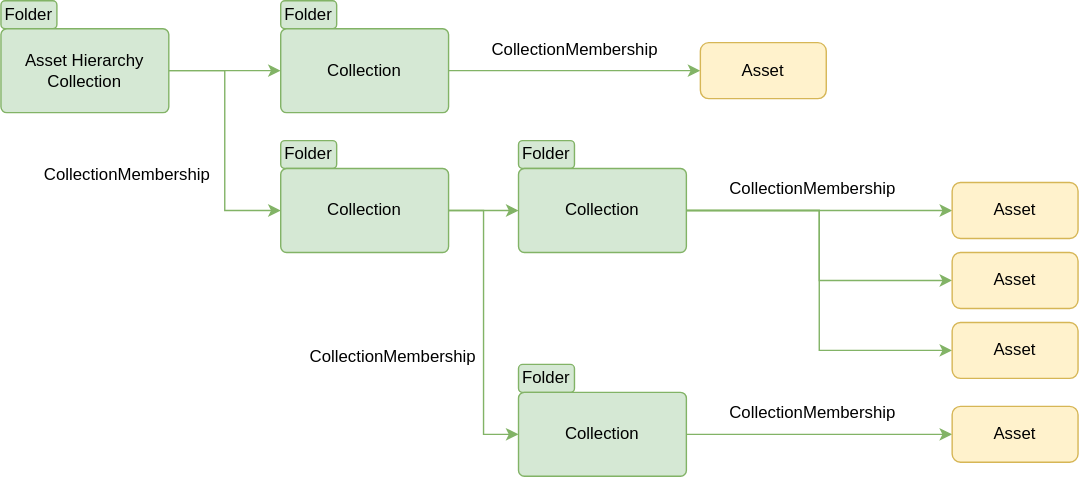
odpi/egeria-docs keeps this draw.io diagram as site/docs/types/0/asset-folder-hierarchy.svg. Above is the earlier version. Source tidied: cells renumbered, new cells last; positions are measured from the earlier drawing's top-left corner, leaving out a move shared by most shapes. Source of this version:
```xml
<mxGraphModel>
  <root>
    <mxCell id="0" />
    <mxCell id="1" parent="0" />
    <mxCell id="2" value="Folder" style="rounded=1;whiteSpace=wrap;html=1;fillColor=#d5e8d4;strokeColor=#82b366;" parent="1" vertex="1">
      <mxGeometry x="200" width="40" height="20" as="geometry" />
    </mxCell>
    <mxCell id="3" value="Collection" style="rounded=1;whiteSpace=wrap;html=1;arcSize=7;fillColor=#d5e8d4;strokeColor=#82b366;" parent="1" vertex="1">
      <mxGeometry x="200" y="20" width="120" height="60" as="geometry" />
    </mxCell>
    <mxCell id="4" value="Folder" style="rounded=1;whiteSpace=wrap;html=1;fillColor=#d5e8d4;strokeColor=#82b366;" parent="1" vertex="1">
      <mxGeometry x="200" y="100" width="40" height="20" as="geometry" />
    </mxCell>
    <mxCell id="5" style="edgeStyle=orthogonalEdgeStyle;rounded=0;jettySize=auto;html=1;entryX=0;entryY=0.5;entryDx=0;entryDy=0;fillColor=#d5e8d4;strokeColor=#82b366;" parent="1" edge="1" source="7" target="10">
      <mxGeometry relative="1" as="geometry" />
    </mxCell>
    <mxCell id="6" style="edgeStyle=orthogonalEdgeStyle;rounded=0;jettySize=auto;html=1;exitX=1;exitY=0.5;exitDx=0;exitDy=0;entryX=0;entryY=0.5;entryDx=0;entryDy=0;fillColor=#d5e8d4;strokeColor=#82b366;" parent="1" edge="1" source="7" target="12">
      <mxGeometry relative="1" as="geometry" />
    </mxCell>
    <mxCell id="7" value="Collection" style="rounded=1;whiteSpace=wrap;html=1;arcSize=7;fillColor=#d5e8d4;strokeColor=#82b366;" parent="1" vertex="1">
      <mxGeometry x="200" y="120" width="120" height="60" as="geometry" />
    </mxCell>
    <mxCell id="8" value="Folder" style="rounded=1;whiteSpace=wrap;html=1;fillColor=#d5e8d4;strokeColor=#82b366;" parent="1" vertex="1">
      <mxGeometry x="370" y="100" width="40" height="20" as="geometry" />
    </mxCell>
    <mxCell id="9" style="edgeStyle=orthogonalEdgeStyle;rounded=0;jettySize=auto;html=1;entryX=0;entryY=0.5;entryDx=0;entryDy=0;fillColor=#d5e8d4;strokeColor=#82b366;" parent="1" edge="1" source="10" target="13">
      <mxGeometry relative="1" as="geometry" />
    </mxCell>
    <mxCell id="10" value="Collection" style="rounded=1;whiteSpace=wrap;html=1;arcSize=7;fillColor=#d5e8d4;strokeColor=#82b366;" parent="1" vertex="1">
      <mxGeometry x="370" y="120" width="120" height="60" as="geometry" />
    </mxCell>
    <mxCell id="11" value="Folder" style="rounded=1;whiteSpace=wrap;html=1;fillColor=#d5e8d4;strokeColor=#82b366;" parent="1" vertex="1">
      <mxGeometry x="370" y="260" width="40" height="20" as="geometry" />
    </mxCell>
    <mxCell id="12" value="Collection" style="rounded=1;whiteSpace=wrap;html=1;arcSize=7;fillColor=#d5e8d4;strokeColor=#82b366;" parent="1" vertex="1">
      <mxGeometry x="370" y="280" width="120" height="60" as="geometry" />
    </mxCell>
    <mxCell id="13" value="Asset" style="rounded=1;whiteSpace=wrap;html=1;fillColor=#fff2cc;strokeColor=#d6b656;" parent="1" vertex="1">
      <mxGeometry x="680" y="130" width="90" height="40" as="geometry" />
    </mxCell>
    <mxCell id="14" style="edgeStyle=orthogonalEdgeStyle;rounded=0;jettySize=auto;html=1;entryX=0;entryY=0.5;entryDx=0;entryDy=0;exitX=1;exitY=0.5;exitDx=0;exitDy=0;fillColor=#d5e8d4;strokeColor=#82b366;" parent="1" edge="1" source="10" target="15">
      <mxGeometry relative="1" as="geometry" />
    </mxCell>
    <mxCell id="15" value="Asset" style="rounded=1;whiteSpace=wrap;html=1;fillColor=#fff2cc;strokeColor=#d6b656;" parent="1" vertex="1">
      <mxGeometry x="680" y="180" width="90" height="40" as="geometry" />
    </mxCell>
    <mxCell id="16" style="edgeStyle=orthogonalEdgeStyle;rounded=0;jettySize=auto;html=1;exitX=1;exitY=0.5;exitDx=0;exitDy=0;entryX=0;entryY=0.5;entryDx=0;entryDy=0;fillColor=#d5e8d4;strokeColor=#82b366;" parent="1" edge="1" source="10" target="17">
      <mxGeometry relative="1" as="geometry" />
    </mxCell>
    <mxCell id="17" value="Asset" style="rounded=1;whiteSpace=wrap;html=1;fillColor=#fff2cc;strokeColor=#d6b656;" parent="1" vertex="1">
      <mxGeometry x="680" y="230" width="90" height="40" as="geometry" />
    </mxCell>
    <mxCell id="18" style="edgeStyle=orthogonalEdgeStyle;rounded=0;jettySize=auto;html=1;exitX=1;exitY=0.5;exitDx=0;exitDy=0;entryX=0;entryY=0.5;entryDx=0;entryDy=0;fillColor=#d5e8d4;strokeColor=#82b366;" parent="1" edge="1" source="12" target="19">
      <mxGeometry relative="1" as="geometry" />
    </mxCell>
    <mxCell id="19" value="Asset" style="rounded=1;whiteSpace=wrap;html=1;fillColor=#fff2cc;strokeColor=#d6b656;" parent="1" vertex="1">
      <mxGeometry x="680" y="290" width="90" height="40" as="geometry" />
    </mxCell>
    <mxCell id="20" style="edgeStyle=orthogonalEdgeStyle;rounded=0;jettySize=auto;html=1;entryX=0;entryY=0.5;entryDx=0;entryDy=0;fillColor=#d5e8d4;strokeColor=#82b366;" parent="1" edge="1" source="3" target="21">
      <mxGeometry relative="1" as="geometry" />
    </mxCell>
    <mxCell id="21" value="Asset" style="rounded=1;whiteSpace=wrap;html=1;fillColor=#fff2cc;strokeColor=#d6b656;" parent="1" vertex="1">
      <mxGeometry x="500" y="30" width="90" height="40" as="geometry" />
    </mxCell>
    <mxCell id="22" value="Folder" style="rounded=1;whiteSpace=wrap;html=1;fillColor=#d5e8d4;strokeColor=#82b366;" parent="1" vertex="1">
      <mxGeometry width="40" height="20" as="geometry" />
    </mxCell>
    <mxCell id="23" style="edgeStyle=orthogonalEdgeStyle;rounded=0;jettySize=auto;html=1;entryX=0;entryY=0.5;entryDx=0;entryDy=0;fillColor=#d5e8d4;strokeColor=#82b366;exitX=1;exitY=0.5;exitDx=0;exitDy=0;" parent="1" edge="1" source="25" target="3">
      <mxGeometry relative="1" as="geometry" />
    </mxCell>
    <mxCell id="24" style="edgeStyle=orthogonalEdgeStyle;rounded=0;jettySize=auto;html=1;exitX=1;exitY=0.5;exitDx=0;exitDy=0;entryX=0;entryY=0.5;entryDx=0;entryDy=0;fillColor=#d5e8d4;strokeColor=#82b366;" parent="1" edge="1" source="25" target="7">
      <mxGeometry relative="1" as="geometry" />
    </mxCell>
    <mxCell id="25" value="Asset Hierarchy&lt;br&gt;Collection" style="rounded=1;whiteSpace=wrap;html=1;arcSize=7;fillColor=#d5e8d4;strokeColor=#82b366;" parent="1" vertex="1">
      <mxGeometry y="20" width="120" height="60" as="geometry" />
    </mxCell>
    <mxCell id="26" value="CollectionMembership" style="text;html=1;align=center;verticalAlign=middle;strokeColor=none;fillColor=none;" parent="1" vertex="1">
      <mxGeometry x="20" y="110" width="140" height="30" as="geometry" />
    </mxCell>
    <mxCell id="27" value="CollectionMembership" style="text;html=1;align=center;verticalAlign=middle;strokeColor=none;fillColor=none;" parent="1" vertex="1">
      <mxGeometry x="210" y="240" width="140" height="30" as="geometry" />
    </mxCell>
    <mxCell id="28" value="CollectionMembership" style="text;html=1;align=center;verticalAlign=middle;strokeColor=none;fillColor=none;" parent="1" vertex="1">
      <mxGeometry x="510" y="120" width="140" height="30" as="geometry" />
    </mxCell>
    <mxCell id="29" value="CollectionMembership" style="text;html=1;align=center;verticalAlign=middle;strokeColor=none;fillColor=none;" parent="1" vertex="1">
      <mxGeometry x="510" y="280" width="140" height="30" as="geometry" />
    </mxCell>
    <mxCell id="30" value="CollectionMembership" style="text;html=1;align=center;verticalAlign=middle;strokeColor=none;fillColor=none;" parent="1" vertex="1">
      <mxGeometry x="340" y="20" width="140" height="30" as="geometry" />
    </mxCell>
  </root>
</mxGraphModel>
```
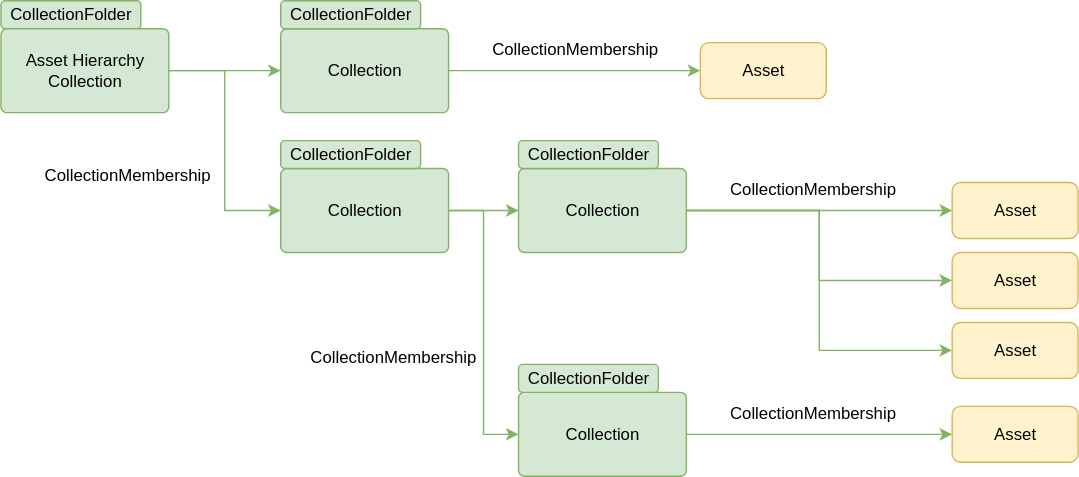
Above is the later version.

The edit, as a diff of the source:
```diff
@@ -2,15 +2,9 @@
   <root>
     <mxCell id="0" />
     <mxCell id="1" parent="0" />
-    <mxCell id="2" value="Folder" style="rounded=1;whiteSpace=wrap;html=1;fillColor=#d5e8d4;strokeColor=#82b366;" parent="1" vertex="1">
-      <mxGeometry x="200" width="40" height="20" as="geometry" />
-    </mxCell>
     <mxCell id="3" value="Collection" style="rounded=1;whiteSpace=wrap;html=1;arcSize=7;fillColor=#d5e8d4;strokeColor=#82b366;" parent="1" vertex="1">
       <mxGeometry x="200" y="20" width="120" height="60" as="geometry" />
     </mxCell>
-    <mxCell id="4" value="Folder" style="rounded=1;whiteSpace=wrap;html=1;fillColor=#d5e8d4;strokeColor=#82b366;" parent="1" vertex="1">
-      <mxGeometry x="200" y="100" width="40" height="20" as="geometry" />
-    </mxCell>
     <mxCell id="5" style="edgeStyle=orthogonalEdgeStyle;rounded=0;jettySize=auto;html=1;entryX=0;entryY=0.5;entryDx=0;entryDy=0;fillColor=#d5e8d4;strokeColor=#82b366;" parent="1" edge="1" source="7" target="10">
       <mxGeometry relative="1" as="geometry" />
     </mxCell>
@@ -20,18 +14,12 @@
     <mxCell id="7" value="Collection" style="rounded=1;whiteSpace=wrap;html=1;arcSize=7;fillColor=#d5e8d4;strokeColor=#82b366;" parent="1" vertex="1">
       <mxGeometry x="200" y="120" width="120" height="60" as="geometry" />
     </mxCell>
-    <mxCell id="8" value="Folder" style="rounded=1;whiteSpace=wrap;html=1;fillColor=#d5e8d4;strokeColor=#82b366;" parent="1" vertex="1">
-      <mxGeometry x="370" y="100" width="40" height="20" as="geometry" />
-    </mxCell>
     <mxCell id="9" style="edgeStyle=orthogonalEdgeStyle;rounded=0;jettySize=auto;html=1;entryX=0;entryY=0.5;entryDx=0;entryDy=0;fillColor=#d5e8d4;strokeColor=#82b366;" parent="1" edge="1" source="10" target="13">
       <mxGeometry relative="1" as="geometry" />
     </mxCell>
     <mxCell id="10" value="Collection" style="rounded=1;whiteSpace=wrap;html=1;arcSize=7;fillColor=#d5e8d4;strokeColor=#82b366;" parent="1" vertex="1">
       <mxGeometry x="370" y="120" width="120" height="60" as="geometry" />
     </mxCell>
-    <mxCell id="11" value="Folder" style="rounded=1;whiteSpace=wrap;html=1;fillColor=#d5e8d4;strokeColor=#82b366;" parent="1" vertex="1">
-      <mxGeometry x="370" y="260" width="40" height="20" as="geometry" />
-    </mxCell>
     <mxCell id="12" value="Collection" style="rounded=1;whiteSpace=wrap;html=1;arcSize=7;fillColor=#d5e8d4;strokeColor=#82b366;" parent="1" vertex="1">
       <mxGeometry x="370" y="280" width="120" height="60" as="geometry" />
     </mxCell>
@@ -62,8 +50,8 @@
     <mxCell id="21" value="Asset" style="rounded=1;whiteSpace=wrap;html=1;fillColor=#fff2cc;strokeColor=#d6b656;" parent="1" vertex="1">
       <mxGeometry x="500" y="30" width="90" height="40" as="geometry" />
     </mxCell>
-    <mxCell id="22" value="Folder" style="rounded=1;whiteSpace=wrap;html=1;fillColor=#d5e8d4;strokeColor=#82b366;" parent="1" vertex="1">
-      <mxGeometry width="40" height="20" as="geometry" />
+    <mxCell id="22" value="CollectionFolder" style="rounded=1;whiteSpace=wrap;html=1;fillColor=#d5e8d4;strokeColor=#82b366;" parent="1" vertex="1">
+      <mxGeometry width="100" height="20" as="geometry" />
     </mxCell>
     <mxCell id="23" style="edgeStyle=orthogonalEdgeStyle;rounded=0;jettySize=auto;html=1;entryX=0;entryY=0.5;entryDx=0;entryDy=0;fillColor=#d5e8d4;strokeColor=#82b366;exitX=1;exitY=0.5;exitDx=0;exitDy=0;" parent="1" edge="1" source="25" target="3">
       <mxGeometry relative="1" as="geometry" />
@@ -89,5 +77,17 @@
     <mxCell id="30" value="CollectionMembership" style="text;html=1;align=center;verticalAlign=middle;strokeColor=none;fillColor=none;" parent="1" vertex="1">
       <mxGeometry x="340" y="20" width="140" height="30" as="geometry" />
     </mxCell>
+    <mxCell id="31" value="CollectionFolder" style="rounded=1;whiteSpace=wrap;html=1;fillColor=#d5e8d4;strokeColor=#82b366;" parent="1" vertex="1">
+      <mxGeometry x="200" width="100" height="20" as="geometry" />
+    </mxCell>
+    <mxCell id="32" value="CollectionFolder" style="rounded=1;whiteSpace=wrap;html=1;fillColor=#d5e8d4;strokeColor=#82b366;" parent="1" vertex="1">
+      <mxGeometry x="200" y="100" width="100" height="20" as="geometry" />
+    </mxCell>
+    <mxCell id="33" value="CollectionFolder" style="rounded=1;whiteSpace=wrap;html=1;fillColor=#d5e8d4;strokeColor=#82b366;" parent="1" vertex="1">
+      <mxGeometry x="370" y="100" width="100" height="20" as="geometry" />
+    </mxCell>
+    <mxCell id="34" value="CollectionFolder" style="rounded=1;whiteSpace=wrap;html=1;fillColor=#d5e8d4;strokeColor=#82b366;" parent="1" vertex="1">
+      <mxGeometry x="370" y="260" width="100" height="20" as="geometry" />
+    </mxCell>
   </root>
 </mxGraphModel>
```
